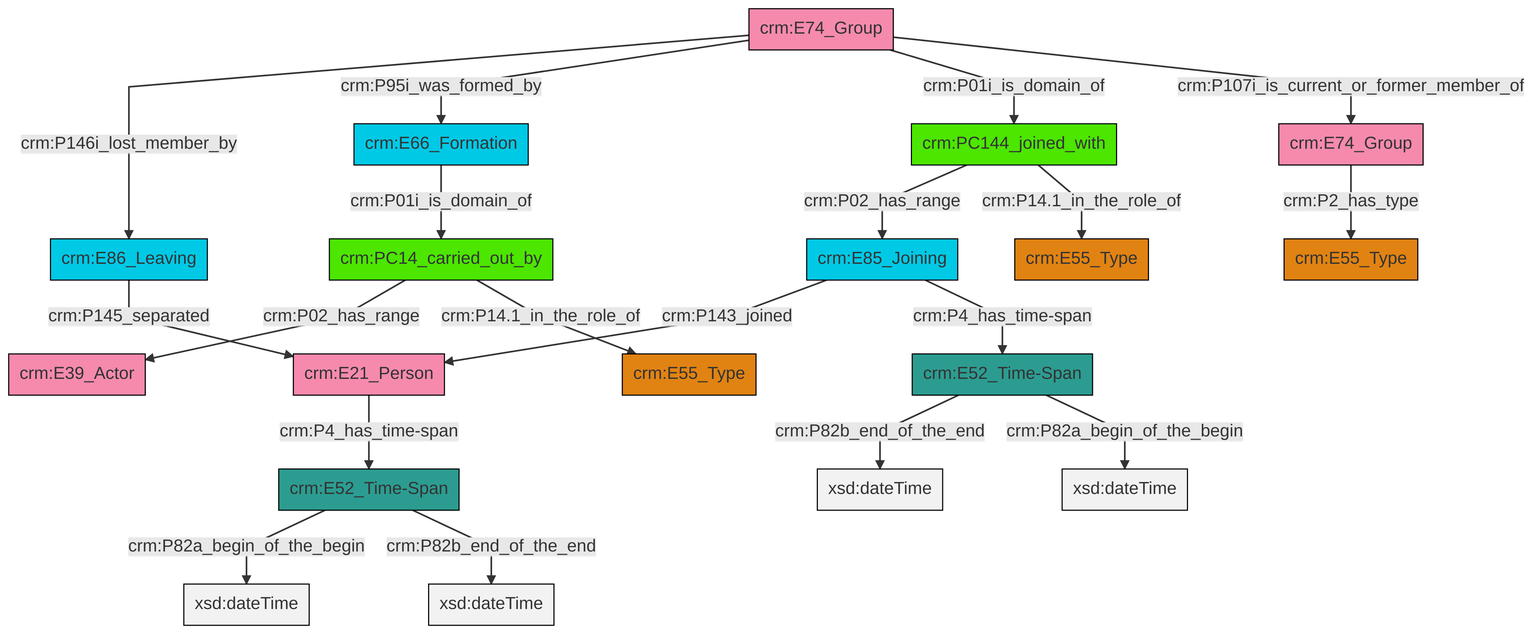
Before: et/groupCSV/ttl/mmd/png/group_actor_relations.png, a diagram exported from Mermaid (swiss-art-research-net/docs.swissartresearch). Its source is kept beside it as et/groupCSV/ttl/mmd/group_actor_relations.ttl.mmd.
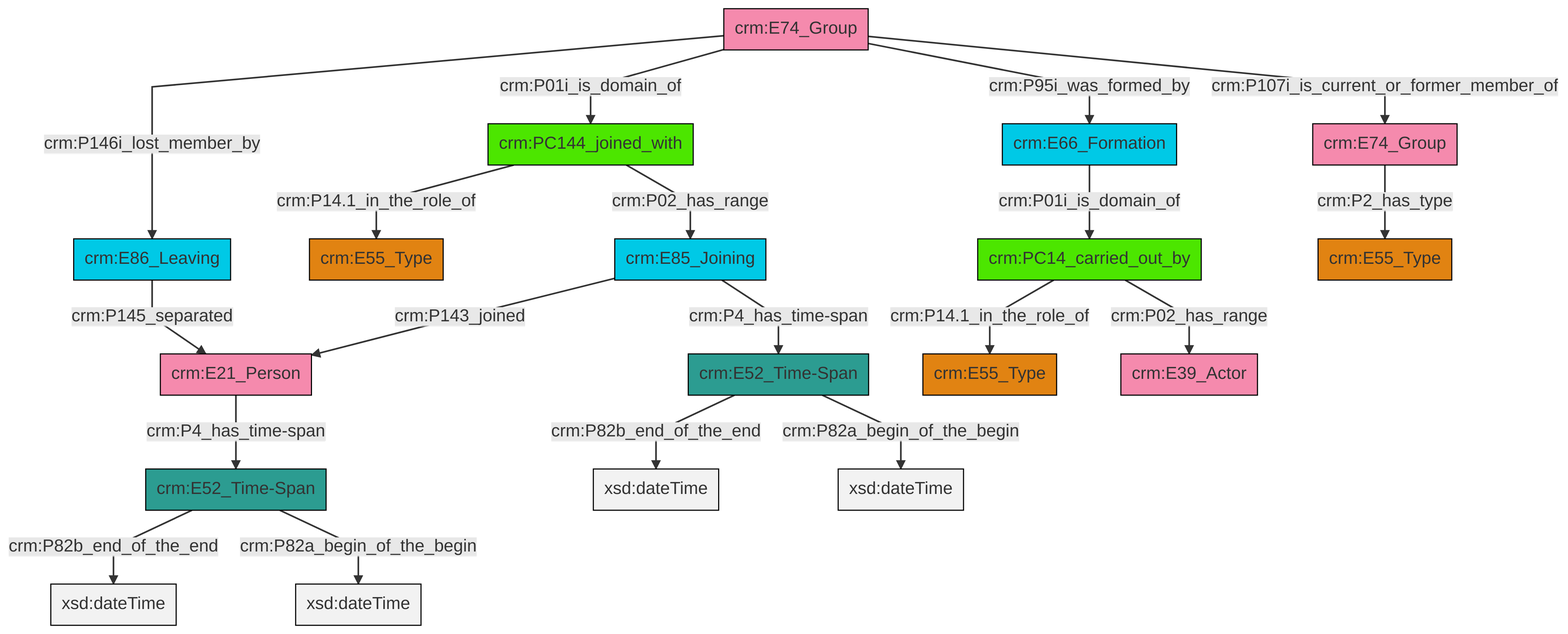
The same file after the commit.

Diff of the diagram source:
```diff
@@ -13,21 +13,21 @@
 classDef PC_Classes fill:#4ce600, stroke:#000000;
 classDef Multi fill:#cccccc,stroke:#000000;
 
-6["crm:E74_Group"]:::Actor -->|crm:P146i_lost_member_by| 7["crm:E86_Leaving"]:::Temporal_Entity
-8["crm:PC144_joined_with"]:::PC_Classes -->|crm:P02_has_range| 9["crm:E85_Joining"]:::Temporal_Entity
-6["crm:E74_Group"]:::Actor -->|crm:P95i_was_formed_by| 10["crm:E66_Formation"]:::Temporal_Entity
-11["crm:E52_Time-Span"]:::Time-Span -->|crm:P82b_end_of_the_end| 12[xsd:dateTime]:::Literal
-4["crm:E52_Time-Span"]:::Time-Span -->|crm:P82a_begin_of_the_begin| 17[xsd:dateTime]:::Literal
-10["crm:E66_Formation"]:::Temporal_Entity -->|crm:P01i_is_domain_of| 18["crm:PC14_carried_out_by"]:::PC_Classes
-6["crm:E74_Group"]:::Actor -->|crm:P01i_is_domain_of| 8["crm:PC144_joined_with"]:::PC_Classes
-23["crm:E74_Group"]:::Actor -->|crm:P2_has_type| 2["crm:E55_Type"]:::Type
-7["crm:E86_Leaving"]:::Temporal_Entity -->|crm:P145_separated| 13["crm:E21_Person"]:::Actor
-6["crm:E74_Group"]:::Actor -->|crm:P107i_is_current_or_former_member_of| 23["crm:E74_Group"]:::Actor
-18["crm:PC14_carried_out_by"]:::PC_Classes -->|crm:P02_has_range| 0["crm:E39_Actor"]:::Actor
-8["crm:PC144_joined_with"]:::PC_Classes -->|crm:P14.1_in_the_role_of| 19["crm:E55_Type"]:::Type
-13["crm:E21_Person"]:::Actor -->|crm:P4_has_time-span| 4["crm:E52_Time-Span"]:::Time-Span
-9["crm:E85_Joining"]:::Temporal_Entity -->|crm:P143_joined| 13["crm:E21_Person"]:::Actor
-9["crm:E85_Joining"]:::Temporal_Entity -->|crm:P4_has_time-span| 11["crm:E52_Time-Span"]:::Time-Span
-4["crm:E52_Time-Span"]:::Time-Span -->|crm:P82b_end_of_the_end| 30[xsd:dateTime]:::Literal
-18["crm:PC14_carried_out_by"]:::PC_Classes -->|crm:P14.1_in_the_role_of| 24["crm:E55_Type"]:::Type
-11["crm:E52_Time-Span"]:::Time-Span -->|crm:P82a_begin_of_the_begin| 34[xsd:dateTime]:::Literal
+0["crm:E74_Group"]:::Actor -->|crm:P146i_lost_member_by| 1["crm:E86_Leaving"]:::Temporal_Entity
+2["crm:E74_Group"]:::Actor -->|crm:P2_has_type| 3["crm:E55_Type"]:::Type
+4["crm:E52_Time-Span"]:::Time-Span -->|crm:P82b_end_of_the_end| 5[xsd:dateTime]:::Literal
+6["crm:PC144_joined_with"]:::PC_Classes -->|crm:P14.1_in_the_role_of| 7["crm:E55_Type"]:::Type
+8["crm:E21_Person"]:::Actor -->|crm:P4_has_time-span| 9["crm:E52_Time-Span"]:::Time-Span
+4["crm:E52_Time-Span"]:::Time-Span -->|crm:P82a_begin_of_the_begin| 12[xsd:dateTime]:::Literal
+0["crm:E74_Group"]:::Actor -->|crm:P01i_is_domain_of| 6["crm:PC144_joined_with"]:::PC_Classes
+9["crm:E52_Time-Span"]:::Time-Span -->|crm:P82b_end_of_the_end| 18[xsd:dateTime]:::Literal
+6["crm:PC144_joined_with"]:::PC_Classes -->|crm:P02_has_range| 19["crm:E85_Joining"]:::Temporal_Entity
+1["crm:E86_Leaving"]:::Temporal_Entity -->|crm:P145_separated| 8["crm:E21_Person"]:::Actor
+19["crm:E85_Joining"]:::Temporal_Entity -->|crm:P143_joined| 8["crm:E21_Person"]:::Actor
+23["crm:E66_Formation"]:::Temporal_Entity -->|crm:P01i_is_domain_of| 13["crm:PC14_carried_out_by"]:::PC_Classes
+0["crm:E74_Group"]:::Actor -->|crm:P95i_was_formed_by| 23["crm:E66_Formation"]:::Temporal_Entity
+13["crm:PC14_carried_out_by"]:::PC_Classes -->|crm:P14.1_in_the_role_of| 16["crm:E55_Type"]:::Type
+9["crm:E52_Time-Span"]:::Time-Span -->|crm:P82a_begin_of_the_begin| 30[xsd:dateTime]:::Literal
+0["crm:E74_Group"]:::Actor -->|crm:P107i_is_current_or_former_member_of| 2["crm:E74_Group"]:::Actor
+13["crm:PC14_carried_out_by"]:::PC_Classes -->|crm:P02_has_range| 10["crm:E39_Actor"]:::Actor
+19["crm:E85_Joining"]:::Temporal_Entity -->|crm:P4_has_time-span| 4["crm:E52_Time-Span"]:::Time-Span
```
